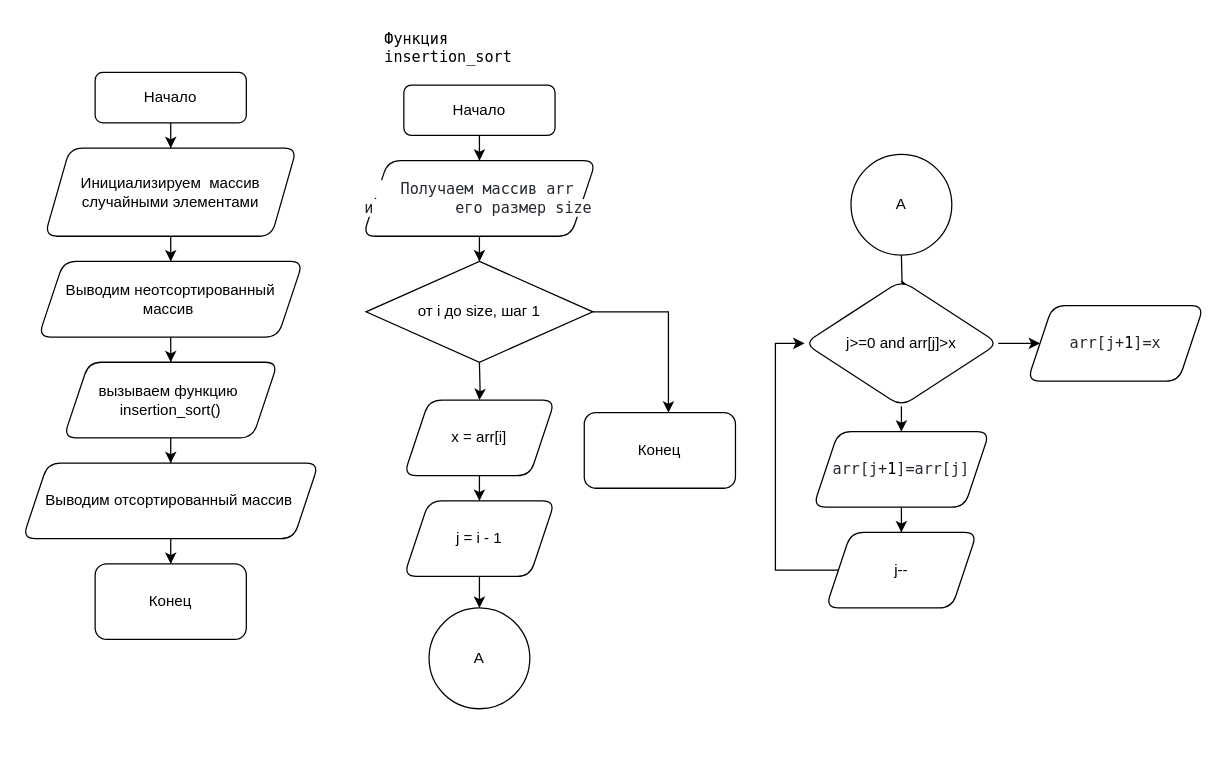
Before: lab_2/diagram_1.drawio in async-master/nsm-avtf, a draw.io diagram. Source tidied: cells renumbered, new cells numbered last; positions are measured from the earlier drawing's top-left corner, leaving out a move shared by most shapes. Both pictures are drawn from the tidied source at 126%, with x=0, y=0 at pixel (21, 21).
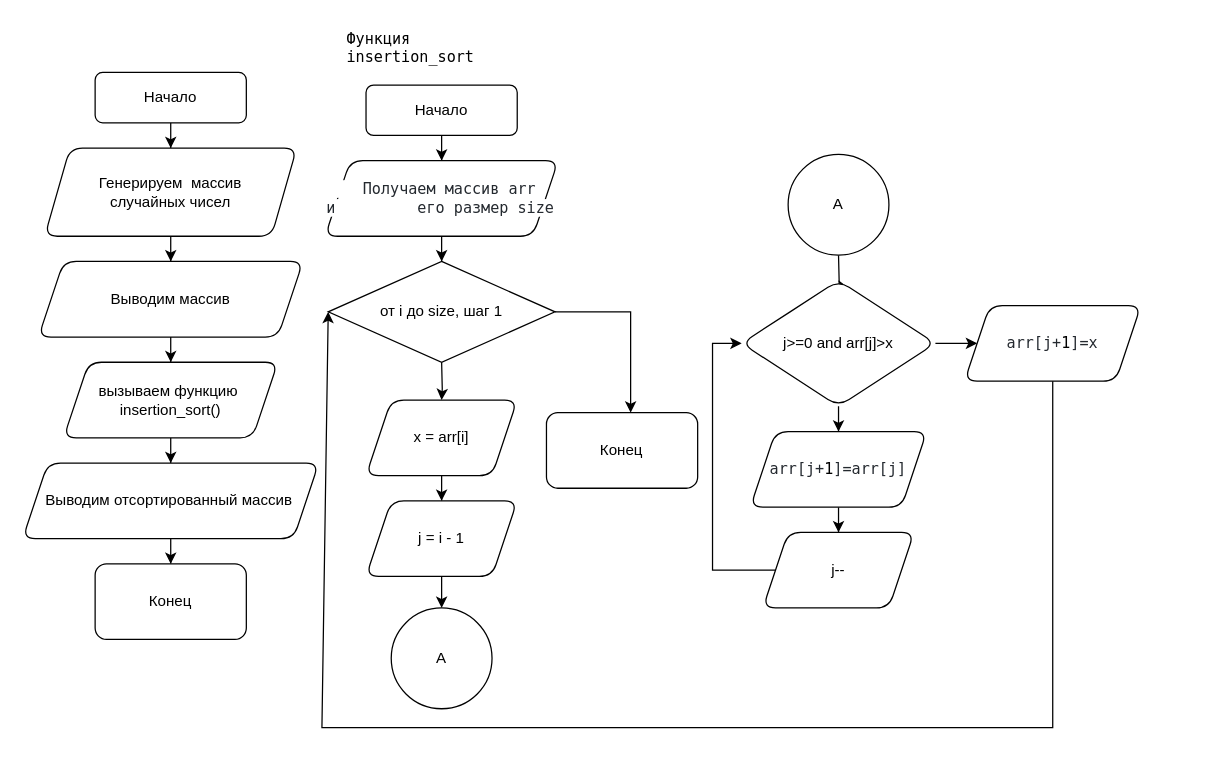
Above is the later version.

The edit, as a diff of the source:
```diff
@@
-    <mxCell id="5" value="Инициализируем&amp;nbsp; массив &lt;br&gt;случайными элементами" style="shape=parallelogram;perimeter=parallelogramPerimeter;whiteSpace=wrap;html=1;fixedSize=1;rounded=1;glass=0;strokeWidth=1;shadow=0;" parent="1" vertex="1">
+    <mxCell id="5" value="Генерируем&amp;nbsp; массив &lt;br&gt;случайных чисел" style="shape=parallelogram;perimeter=parallelogramPerimeter;whiteSpace=wrap;html=1;fixedSize=1;rounded=1;glass=0;strokeWidth=1;shadow=0;" parent="1" vertex="1">
       <mxGeometry x="18" y="100" width="200" height="70" as="geometry" />
     </mxCell>
@@
-    <mxCell id="7" value="Выводим неотсортированный массив&amp;nbsp;" style="shape=parallelogram;perimeter=parallelogramPerimeter;whiteSpace=wrap;html=1;fixedSize=1;rounded=1;glass=0;strokeWidth=1;shadow=0;" parent="1" vertex="1">
+    <mxCell id="7" value="Выводим массив " style="shape=parallelogram;perimeter=parallelogramPerimeter;whiteSpace=wrap;html=1;fixedSize=1;rounded=1;glass=0;strokeWidth=1;shadow=0;" parent="1" vertex="1">
       <mxGeometry x="13" y="190" width="210" height="60" as="geometry" />
     </mxCell>
@@
     <mxCell id="13" value="&lt;span style=&quot;font-family: ui-monospace, SFMono-Regular, &amp;quot;SF Mono&amp;quot;, Menlo, Consolas, &amp;quot;Liberation Mono&amp;quot;, monospace; font-size: 12px; font-style: normal; font-variant-ligatures: normal; font-variant-caps: normal; font-weight: 400; letter-spacing: normal; orphans: 2; text-align: start; text-indent: 0px; text-transform: none; widows: 2; word-spacing: 0px; -webkit-text-stroke-width: 0px; background-color: rgb(255, 255, 255); text-decoration-thickness: initial; text-decoration-style: initial; text-decoration-color: initial; float: none; display: inline !important;&quot;&gt;Функция insertion_sort&lt;/span&gt;" style="text;whiteSpace=wrap;html=1;" parent="1" vertex="1">
-      <mxGeometry x="286.2" width="160" height="40" as="geometry" />
+      <mxGeometry x="256.2" width="160" height="40" as="geometry" />
     </mxCell>
     <mxCell id="14" style="edgeStyle=orthogonalEdgeStyle;rounded=0;jettySize=auto;html=1;" parent="1" edge="1" target="16">
       <mxGeometry relative="1" as="geometry">
-        <mxPoint x="363" y="270" as="sourcePoint" />
+        <mxPoint x="333" y="270" as="sourcePoint" />
       </mxGeometry>
     </mxCell>
@@
     <mxCell id="16" value="x = arr[i]" style="shape=parallelogram;perimeter=parallelogramPerimeter;whiteSpace=wrap;html=1;fixedSize=1;rounded=1;" parent="1" vertex="1">
-      <mxGeometry x="303" y="300" width="120" height="60" as="geometry" />
+      <mxGeometry x="273" y="300" width="120" height="60" as="geometry" />
     </mxCell>
@@
     <mxCell id="18" value="j = i - 1" style="shape=parallelogram;perimeter=parallelogramPerimeter;whiteSpace=wrap;html=1;fixedSize=1;rounded=1;" parent="1" vertex="1">
-      <mxGeometry x="303" y="380" width="120" height="60" as="geometry" />
+      <mxGeometry x="273" y="380" width="120" height="60" as="geometry" />
     </mxCell>
     <mxCell id="19" style="edgeStyle=orthogonalEdgeStyle;rounded=0;jettySize=auto;html=1;" parent="1" edge="1" source="20" target="25">
       <mxGeometry relative="1" as="geometry">
         <Array as="points">
-          <mxPoint x="513" y="230" />
+          <mxPoint x="483" y="230" />
         </Array>
       </mxGeometry>
     </mxCell>
     <mxCell id="20" value="от i до size, шаг 1" style="rhombus;whiteSpace=wrap;html=1;" parent="1" vertex="1">
-      <mxGeometry x="273" y="190" width="180" height="80" as="geometry" />
+      <mxGeometry x="243" y="190" width="180" height="80" as="geometry" />
     </mxCell>
@@
     <mxCell id="22" value="Начало" style="rounded=1;whiteSpace=wrap;html=1;fontSize=12;glass=0;strokeWidth=1;shadow=0;" parent="1" vertex="1">
-      <mxGeometry x="303" y="50" width="120" height="40" as="geometry" />
+      <mxGeometry x="273" y="50" width="120" height="40" as="geometry" />
     </mxCell>
@@
     <mxCell id="24" value="&lt;div style=&quot;text-align: start;&quot;&gt;&lt;font face=&quot;ui-monospace, SFMono-Regular, SF Mono, Menlo, Consolas, Liberation Mono, monospace&quot; color=&quot;#24292f&quot;&gt;&lt;span style=&quot;background-color: rgb(255, 255, 255);&quot;&gt;&amp;nbsp; &amp;nbsp; Получаем массив arr и&amp;nbsp; &amp;nbsp; &amp;nbsp; &amp;nbsp; &amp;nbsp;его размер size&lt;/span&gt;&lt;/font&gt;&lt;/div&gt;" style="shape=parallelogram;perimeter=parallelogramPerimeter;whiteSpace=wrap;html=1;fixedSize=1;rounded=1;" parent="1" vertex="1">
-      <mxGeometry x="270.5" y="110" width="185" height="60" as="geometry" />
+      <mxGeometry x="240.5" y="110" width="185" height="60" as="geometry" />
     </mxCell>
     <mxCell id="25" value="Конец" style="rounded=1;whiteSpace=wrap;html=1;" parent="1" vertex="1">
-      <mxGeometry x="446.2" y="310" width="120" height="60" as="geometry" />
+      <mxGeometry x="416.2" y="310" width="120" height="60" as="geometry" />
     </mxCell>
     <mxCell id="26" value="А" style="ellipse;whiteSpace=wrap;html=1;rounded=1;" parent="1" vertex="1">
-      <mxGeometry x="323" y="465" width="80" height="80" as="geometry" />
+      <mxGeometry x="293" y="465" width="80" height="80" as="geometry" />
     </mxCell>
     <mxCell id="27" style="edgeStyle=orthogonalEdgeStyle;rounded=0;jettySize=auto;html=1;" parent="1" edge="1" target="30">
       <mxGeometry relative="1" as="geometry">
-        <mxPoint x="697.9" y="185" as="sourcePoint" />
+        <mxPoint x="648" y="185" as="sourcePoint" />
       </mxGeometry>
     </mxCell>
@@
     <mxCell id="30" value="j&amp;gt;=0 and arr[j]&amp;gt;x" style="rhombus;whiteSpace=wrap;html=1;rounded=1;" parent="1" vertex="1">
-      <mxGeometry x="621" y="205" width="153.8" height="100" as="geometry" />
+      <mxGeometry x="571.1" y="205" width="153.8" height="100" as="geometry" />
     </mxCell>
@@
     <mxCell id="32" value="&lt;span style=&quot;color: rgb(36, 41, 47); font-family: ui-monospace, SFMono-Regular, &amp;quot;SF Mono&amp;quot;, Menlo, Consolas, &amp;quot;Liberation Mono&amp;quot;, monospace; font-size: 12px; font-style: normal; font-variant-ligatures: normal; font-variant-caps: normal; font-weight: 400; letter-spacing: normal; orphans: 2; text-align: start; text-indent: 0px; text-transform: none; widows: 2; word-spacing: 0px; -webkit-text-stroke-width: 0px; background-color: rgb(255, 255, 255); text-decoration-thickness: initial; text-decoration-style: initial; text-decoration-color: initial; float: none; display: inline !important;&quot;&gt;arr[j+&lt;/span&gt;&lt;span style=&quot;box-sizing: border-box; color: var(--color-prettylights-syntax-constant); font-family: ui-monospace, SFMono-Regular, &amp;quot;SF Mono&amp;quot;, Menlo, Consolas, &amp;quot;Liberation Mono&amp;quot;, monospace; font-size: 12px; font-style: normal; font-variant-ligatures: normal; font-variant-caps: normal; font-weight: 400; letter-spacing: normal; orphans: 2; text-align: start; text-indent: 0px; text-transform: none; widows: 2; word-spacing: 0px; -webkit-text-stroke-width: 0px; background-color: rgb(255, 255, 255); text-decoration-thickness: initial; text-decoration-style: initial; text-decoration-color: initial;&quot; class=&quot;pl-c1&quot;&gt;1&lt;/span&gt;&lt;span style=&quot;color: rgb(36, 41, 47); font-family: ui-monospace, SFMono-Regular, &amp;quot;SF Mono&amp;quot;, Menlo, Consolas, &amp;quot;Liberation Mono&amp;quot;, monospace; font-size: 12px; font-style: normal; font-variant-ligatures: normal; font-variant-caps: normal; font-weight: 400; letter-spacing: normal; orphans: 2; text-align: start; text-indent: 0px; text-transform: none; widows: 2; word-spacing: 0px; -webkit-text-stroke-width: 0px; background-color: rgb(255, 255, 255); text-decoration-thickness: initial; text-decoration-style: initial; text-decoration-color: initial; float: none; display: inline !important;&quot;&gt;]=arr[j]&lt;/span&gt;" style="shape=parallelogram;perimeter=parallelogramPerimeter;whiteSpace=wrap;html=1;fixedSize=1;rounded=1;" parent="1" vertex="1">
-      <mxGeometry x="627.9" y="325" width="140" height="60" as="geometry" />
+      <mxGeometry x="578" y="325" width="140" height="60" as="geometry" />
     </mxCell>
     <mxCell id="33" style="edgeStyle=orthogonalEdgeStyle;rounded=0;jettySize=auto;html=1;entryX=0;entryY=0.5;entryDx=0;entryDy=0;" parent="1" edge="1" source="34" target="30">
       <mxGeometry relative="1" as="geometry">
         <Array as="points">
-          <mxPoint x="597.9" y="435" />
-          <mxPoint x="597.9" y="255" />
+          <mxPoint x="548" y="435" />
+          <mxPoint x="548" y="255" />
         </Array>
       </mxGeometry>
     </mxCell>
     <mxCell id="34" value="j--" style="shape=parallelogram;perimeter=parallelogramPerimeter;whiteSpace=wrap;html=1;fixedSize=1;rounded=1;" parent="1" vertex="1">
-      <mxGeometry x="637.9" y="405" width="120" height="60" as="geometry" />
+      <mxGeometry x="588" y="405" width="120" height="60" as="geometry" />
     </mxCell>
     <mxCell id="35" value="&lt;span style=&quot;color: rgb(36, 41, 47); font-family: ui-monospace, SFMono-Regular, &amp;quot;SF Mono&amp;quot;, Menlo, Consolas, &amp;quot;Liberation Mono&amp;quot;, monospace; font-size: 12px; font-style: normal; font-variant-ligatures: normal; font-variant-caps: normal; font-weight: 400; letter-spacing: normal; orphans: 2; text-align: start; text-indent: 0px; text-transform: none; widows: 2; word-spacing: 0px; -webkit-text-stroke-width: 0px; background-color: rgb(255, 255, 255); text-decoration-thickness: initial; text-decoration-style: initial; text-decoration-color: initial; float: none; display: inline !important;&quot;&gt;arr[j+&lt;/span&gt;&lt;span style=&quot;box-sizing: border-box; color: var(--color-prettylights-syntax-constant); font-family: ui-monospace, SFMono-Regular, &amp;quot;SF Mono&amp;quot;, Menlo, Consolas, &amp;quot;Liberation Mono&amp;quot;, monospace; font-size: 12px; font-style: normal; font-variant-ligatures: normal; font-variant-caps: normal; font-weight: 400; letter-spacing: normal; orphans: 2; text-align: start; text-indent: 0px; text-transform: none; widows: 2; word-spacing: 0px; -webkit-text-stroke-width: 0px; background-color: rgb(255, 255, 255); text-decoration-thickness: initial; text-decoration-style: initial; text-decoration-color: initial;&quot; class=&quot;pl-c1&quot;&gt;1&lt;/span&gt;&lt;span style=&quot;color: rgb(36, 41, 47); font-family: ui-monospace, SFMono-Regular, &amp;quot;SF Mono&amp;quot;, Menlo, Consolas, &amp;quot;Liberation Mono&amp;quot;, monospace; font-size: 12px; font-style: normal; font-variant-ligatures: normal; font-variant-caps: normal; font-weight: 400; letter-spacing: normal; orphans: 2; text-align: start; text-indent: 0px; text-transform: none; widows: 2; word-spacing: 0px; -webkit-text-stroke-width: 0px; background-color: rgb(255, 255, 255); text-decoration-thickness: initial; text-decoration-style: initial; text-decoration-color: initial; float: none; display: inline !important;&quot;&gt;]=x&lt;/span&gt;" style="shape=parallelogram;perimeter=parallelogramPerimeter;whiteSpace=wrap;html=1;fixedSize=1;rounded=1;" parent="1" vertex="1">
-      <mxGeometry x="797.9" y="225" width="140" height="60" as="geometry" />
+      <mxGeometry x="748" y="225" width="140" height="60" as="geometry" />
     </mxCell>
     <mxCell id="36" value="А" style="ellipse;whiteSpace=wrap;html=1;rounded=1;" parent="1" vertex="1">
-      <mxGeometry x="657.9" y="105" width="80" height="80" as="geometry" />
+      <mxGeometry x="608" y="105" width="80" height="80" as="geometry" />
     </mxCell>
+    <mxCell id="37" style="endArrow=classic;html=1;rounded=0;entryX=0;entryY=0.5;entryDx=0;entryDy=0;exitX=0.5;exitY=1;exitDx=0;exitDy=0;" parent="1" edge="1" source="35" target="20">
+      <mxGeometry relative="1" as="geometry">
+        <Array as="points">
+          <mxPoint x="818" y="400" />
+          <mxPoint x="818" y="560" />
+          <mxPoint x="238" y="560" />
+        </Array>
+      </mxGeometry>
+    </mxCell>
```
